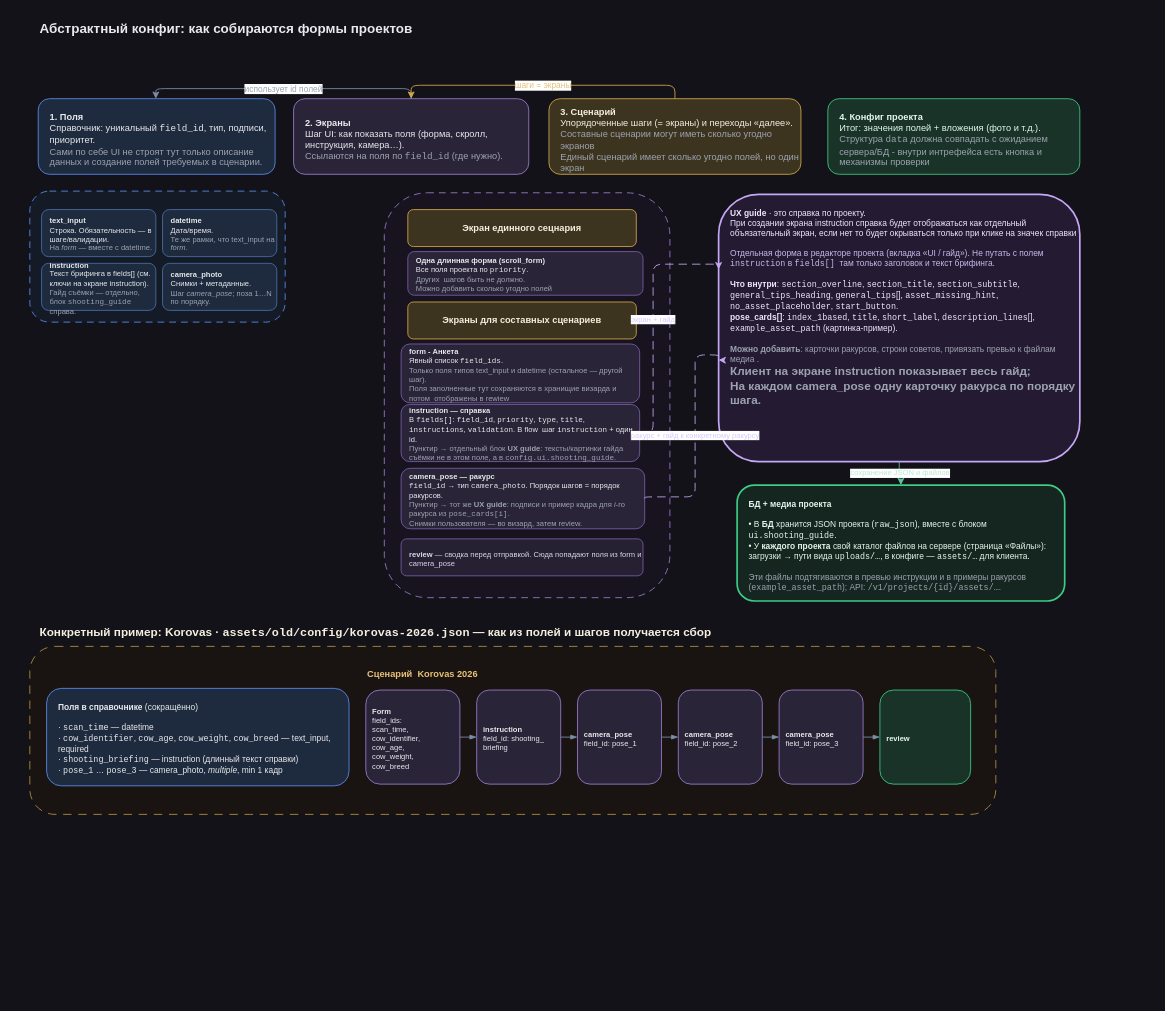
Above: specs/main-scheme/01-abstract-config-entities.drawio in epoch8/data-collector (draw.io), before the change. Source tidied: cells renumbered, new cells numbered last; positions are measured from the earlier drawing's top-left corner, leaving out a move shared by most shapes. Both pictures are drawn from the tidied source at 84%, with x=0, y=0 at pixel (29, 14).
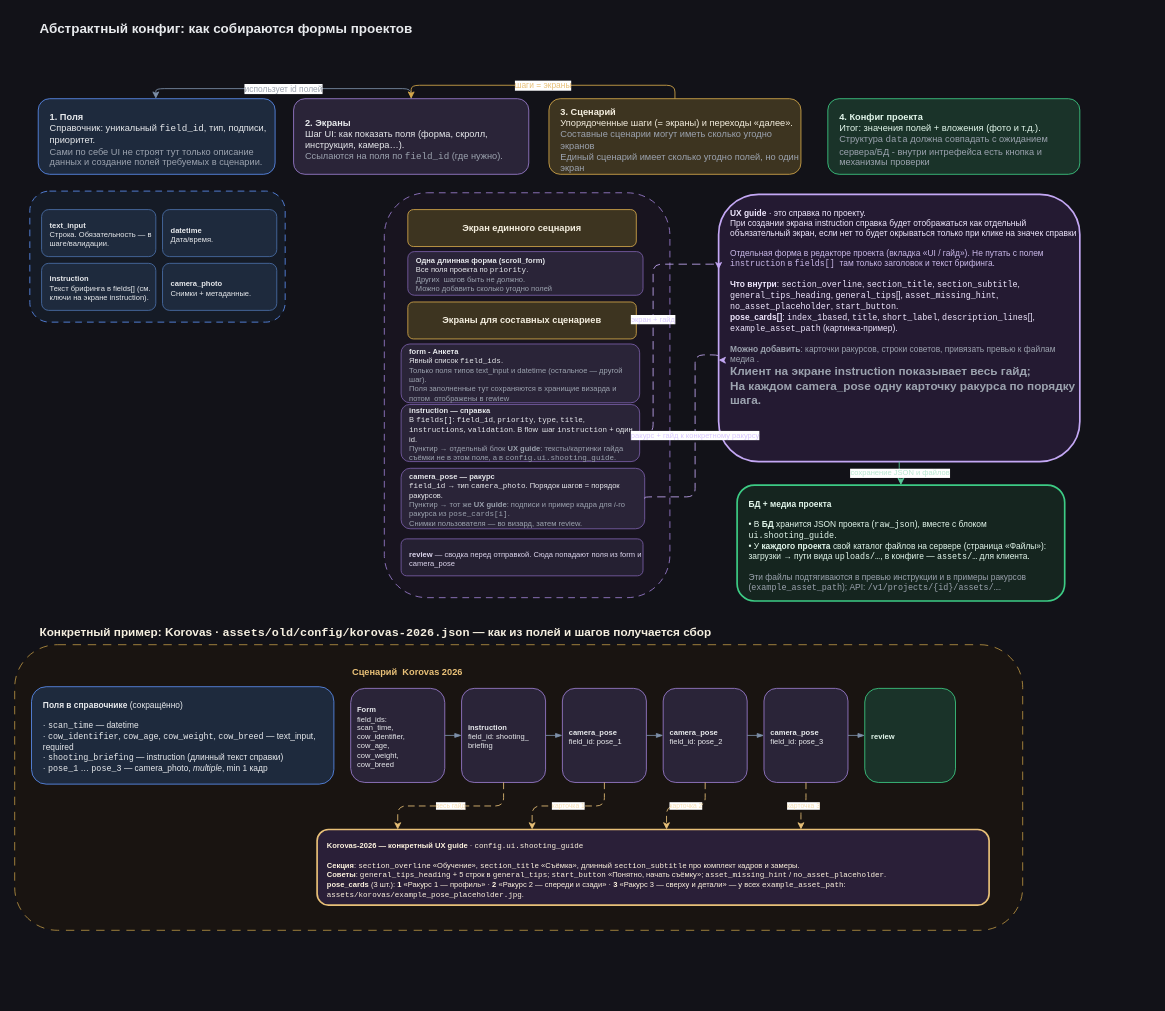
Above is the later version.

Unchanged cells that the change refers to:
```xml
<mxCell id="15" value="&lt;b&gt;instruction&lt;/b&gt;&lt;br&gt;field_id: shooting_&lt;br&gt;briefing" style="rounded=1;whiteSpace=wrap;html=1;align=left;spacingLeft=6;spacingTop=4;fillColor=#2a2438;strokeColor=#9B7ED0;fontColor=#E8EAED;fontSize=9;" parent="10" vertex="1">
  <mxGeometry x="532" y="52" width="100" height="112" as="geometry" />
</mxCell>
<mxCell id="16" value="&lt;b&gt;camera_pose&lt;/b&gt;&lt;br&gt;field_id: pose_1" style="rounded=1;whiteSpace=wrap;html=1;align=left;spacingLeft=6;spacingTop=4;fillColor=#2a2438;strokeColor=#9B7ED0;fontColor=#E8EAED;fontSize=9;" parent="10" vertex="1">
  <mxGeometry x="652" y="52" width="100" height="112" as="geometry" />
</mxCell>
<mxCell id="17" value="&lt;b&gt;camera_pose&lt;/b&gt;&lt;br&gt;field_id: pose_2" style="rounded=1;whiteSpace=wrap;html=1;align=left;spacingLeft=6;spacingTop=4;fillColor=#2a2438;strokeColor=#9B7ED0;fontColor=#E8EAED;fontSize=9;" parent="10" vertex="1">
  <mxGeometry x="772" y="52" width="100" height="112" as="geometry" />
</mxCell>
<mxCell id="18" value="&lt;b&gt;camera_pose&lt;/b&gt;&lt;br&gt;field_id: pose_3" style="rounded=1;whiteSpace=wrap;html=1;align=left;spacingLeft=6;spacingTop=4;fillColor=#2a2438;strokeColor=#9B7ED0;fontColor=#E8EAED;fontSize=9;" parent="10" vertex="1">
  <mxGeometry x="892" y="52" width="100" height="112" as="geometry" />
</mxCell>
<mxCell id="34" style="group;" parent="1" vertex="1">
  <mxGeometry y="210" width="304" height="156" as="geometry" />
</mxCell>
```

Diff of the diagram source:
```diff
@@
     <mxCell id="10" style="group;" parent="1" vertex="1">
-      <mxGeometry y="752" width="1240" height="264" as="geometry" />
+      <mxGeometry x="-18" y="750" width="1240" height="420" as="geometry" />
     </mxCell>
     <mxCell id="11" style="rounded=1;whiteSpace=wrap;html=1;dashed=1;dashPattern=10 8;strokeColor=#D4A84B;fillColor=#1a1510;fontColor=#9CA3AF;strokeWidth=1;opacity=85;" parent="10" vertex="1">
-      <mxGeometry width="1150" height="200" as="geometry" />
+      <mxGeometry width="1200" height="340" as="geometry" />
     </mxCell>
@@
+    <mxCell id="46" value="&lt;b&gt;Korovas-2026 — конкретный UX guide&lt;/b&gt; · &lt;code&gt;config.ui.shooting_guide&lt;/code&gt;&lt;br&gt;&lt;br&gt;&lt;b&gt;Секция&lt;/b&gt;: &lt;code&gt;section_overline&lt;/code&gt; «Обучение», &lt;code&gt;section_title&lt;/code&gt; «Съёмка», длинный &lt;code&gt;section_subtitle&lt;/code&gt; про комплект кадров и замеры.&lt;br&gt;&lt;b&gt;Советы&lt;/b&gt;: &lt;code&gt;general_tips_heading&lt;/code&gt; + 5 строк в &lt;code&gt;general_tips&lt;/code&gt;; &lt;code&gt;start_button&lt;/code&gt; «Понятно, начать съёмку»; &lt;code&gt;asset_missing_hint&lt;/code&gt; / &lt;code&gt;no_asset_placeholder&lt;/code&gt;.&lt;br&gt;&lt;b&gt;pose_cards&lt;/b&gt; (3 шт.): &lt;b&gt;1&lt;/b&gt; «Ракурс 1 — профиль» · &lt;b&gt;2&lt;/b&gt; «Ракурс 2 — спереди и сзади» · &lt;b&gt;3&lt;/b&gt; «Ракурс 3 — сверху и детали» — у всех &lt;code&gt;example_asset_path&lt;/code&gt;: &lt;code&gt;assets/korovas/example_pose_placeholder.jpg&lt;/code&gt;.&lt;br&gt;&lt;br&gt;" style="rounded=1;whiteSpace=wrap;html=1;align=left;verticalAlign=top;spacingLeft=10;spacingTop=8;fillColor=#2a1f38;strokeColor=#E8C078;strokeWidth=2;fontColor=#FFF5E0;fontSize=9;" parent="10" vertex="1">
+      <mxGeometry x="360" y="220" width="800" height="90" as="geometry" />
+    </mxCell>
+    <mxCell id="47" value="весь гайд" style="edgeStyle=orthogonalEdgeStyle;rounded=1;html=1;dashed=1;dashPattern=8 5;strokeColor=#E8C078;endArrow=classic;fontSize=8;fontColor=#F5DEB3;exitX=0.5;exitY=1;entryX=0.12;entryY=0;jumpStyle=arc;" parent="10" edge="1" source="15" target="46">
+      <mxGeometry relative="1" as="geometry" />
+    </mxCell>
+    <mxCell id="48" value="карточка 1" style="edgeStyle=orthogonalEdgeStyle;rounded=1;html=1;dashed=1;dashPattern=8 5;strokeColor=#E8C078;endArrow=classic;fontSize=8;fontColor=#F5DEB3;exitX=0.5;exitY=1;entryX=0.32;entryY=0;jumpStyle=arc;" parent="10" edge="1" source="16" target="46">
+      <mxGeometry relative="1" as="geometry" />
+    </mxCell>
+    <mxCell id="49" value="карточка 2" style="edgeStyle=orthogonalEdgeStyle;rounded=1;html=1;dashed=1;dashPattern=8 5;strokeColor=#E8C078;endArrow=classic;fontSize=8;fontColor=#F5DEB3;exitX=0.5;exitY=1;entryX=0.52;entryY=0;jumpStyle=arc;" parent="10" edge="1" source="17" target="46">
+      <mxGeometry relative="1" as="geometry" />
+    </mxCell>
+    <mxCell id="50" value="карточка 3" style="edgeStyle=orthogonalEdgeStyle;rounded=1;html=1;dashed=1;dashPattern=8 5;strokeColor=#E8C078;endArrow=classic;fontSize=8;fontColor=#F5DEB3;exitX=0.5;exitY=1;entryX=0.72;entryY=0;jumpStyle=arc;" parent="10" edge="1" source="18" target="46">
+      <mxGeometry relative="1" as="geometry" />
+    </mxCell>
@@
-    <mxCell id="36" value="&lt;b&gt;text_input&lt;/b&gt;&#10;Строка. Обязательность — в шаге/валидации.&#10;&lt;span style=&quot;color:#9CA3AF&quot;&gt;На &lt;i&gt;form&lt;/i&gt; — вместе с datetime.&lt;/span&gt;" style="rounded=1;whiteSpace=wrap;html=1;align=left;spacingLeft=8;spacingTop=4;fillColor=#1e2a3d;strokeColor=#4a6fa8;fontColor=#E8EAED;fontSize=9;" parent="34" vertex="1">
+    <mxCell id="36" value="&lt;b&gt;text_input&lt;/b&gt;&lt;br&gt;Строка. Обязательность — в шаге/валидации." style="rounded=1;whiteSpace=wrap;html=1;align=left;spacingLeft=8;spacingTop=4;fillColor=#1e2a3d;strokeColor=#4a6fa8;fontColor=#E8EAED;fontSize=9;" parent="34" vertex="1">
       <mxGeometry x="14" y="22" width="136" height="56" as="geometry" />
     </mxCell>
-    <mxCell id="37" value="&lt;b&gt;datetime&lt;/b&gt;&#10;Дата/время.&#10;&lt;span style=&quot;color:#9CA3AF&quot;&gt;Те же рамки, что text_input на &lt;i&gt;form&lt;/i&gt;.&lt;/span&gt;" style="rounded=1;whiteSpace=wrap;html=1;align=left;spacingLeft=8;spacingTop=4;fillColor=#1e2a3d;strokeColor=#4a6fa8;fontColor=#E8EAED;fontSize=9;" parent="34" vertex="1">
+    <mxCell id="37" value="&lt;b&gt;datetime&lt;/b&gt;&lt;br&gt;Дата/время.&lt;br&gt;" style="rounded=1;whiteSpace=wrap;html=1;align=left;spacingLeft=8;spacingTop=4;fillColor=#1e2a3d;strokeColor=#4a6fa8;fontColor=#E8EAED;fontSize=9;" parent="34" vertex="1">
       <mxGeometry x="158" y="22" width="136" height="56" as="geometry" />
     </mxCell>
-    <mxCell id="38" value="&lt;b&gt;instruction&lt;/b&gt;&#10;Текст брифинга в fields[] (см. ключи на экране instruction).&#10;&lt;span style=&quot;color:#9CA3AF&quot;&gt;Гайд съёмки — отдельно, блок &lt;code&gt;shooting_guide&lt;/code&gt; справа.&lt;/span&gt;" style="rounded=1;whiteSpace=wrap;html=1;align=left;spacingLeft=8;spacingTop=4;fillColor=#1e2a3d;strokeColor=#4a6fa8;fontColor=#E8EAED;fontSize=9;" parent="34" vertex="1">
+    <mxCell id="38" value="&lt;b&gt;instruction&lt;/b&gt;&lt;br&gt;Текст брифинга в fields[] (см. ключи на экране instruction).&lt;br&gt;" style="rounded=1;whiteSpace=wrap;html=1;align=left;spacingLeft=8;spacingTop=4;fillColor=#1e2a3d;strokeColor=#4a6fa8;fontColor=#E8EAED;fontSize=9;" parent="34" vertex="1">
       <mxGeometry x="14" y="86" width="136" height="56" as="geometry" />
     </mxCell>
-    <mxCell id="39" value="&lt;b&gt;camera_photo&lt;/b&gt;&#10;Снимки + метаданные.&#10;&lt;span style=&quot;color:#9CA3AF&quot;&gt;Шаг &lt;i&gt;camera_pose&lt;/i&gt;; поза 1…N по порядку.&lt;/span&gt;" style="rounded=1;whiteSpace=wrap;html=1;align=left;spacingLeft=8;spacingTop=4;fillColor=#1e2a3d;strokeColor=#4a6fa8;fontColor=#E8EAED;fontSize=9;" parent="34" vertex="1">
+    <mxCell id="39" value="&lt;b&gt;camera_photo&lt;/b&gt;&lt;br&gt;Снимки + метаданные." style="rounded=1;whiteSpace=wrap;html=1;align=left;spacingLeft=8;spacingTop=4;fillColor=#1e2a3d;strokeColor=#4a6fa8;fontColor=#E8EAED;fontSize=9;" parent="34" vertex="1">
       <mxGeometry x="158" y="86" width="136" height="56" as="geometry" />
     </mxCell>
-    <mxCell id="40" style="group;" parent="1" vertex="1">
-      <mxGeometry x="10" y="750" width="1324" height="278" as="geometry" />
-    </mxCell>
```
